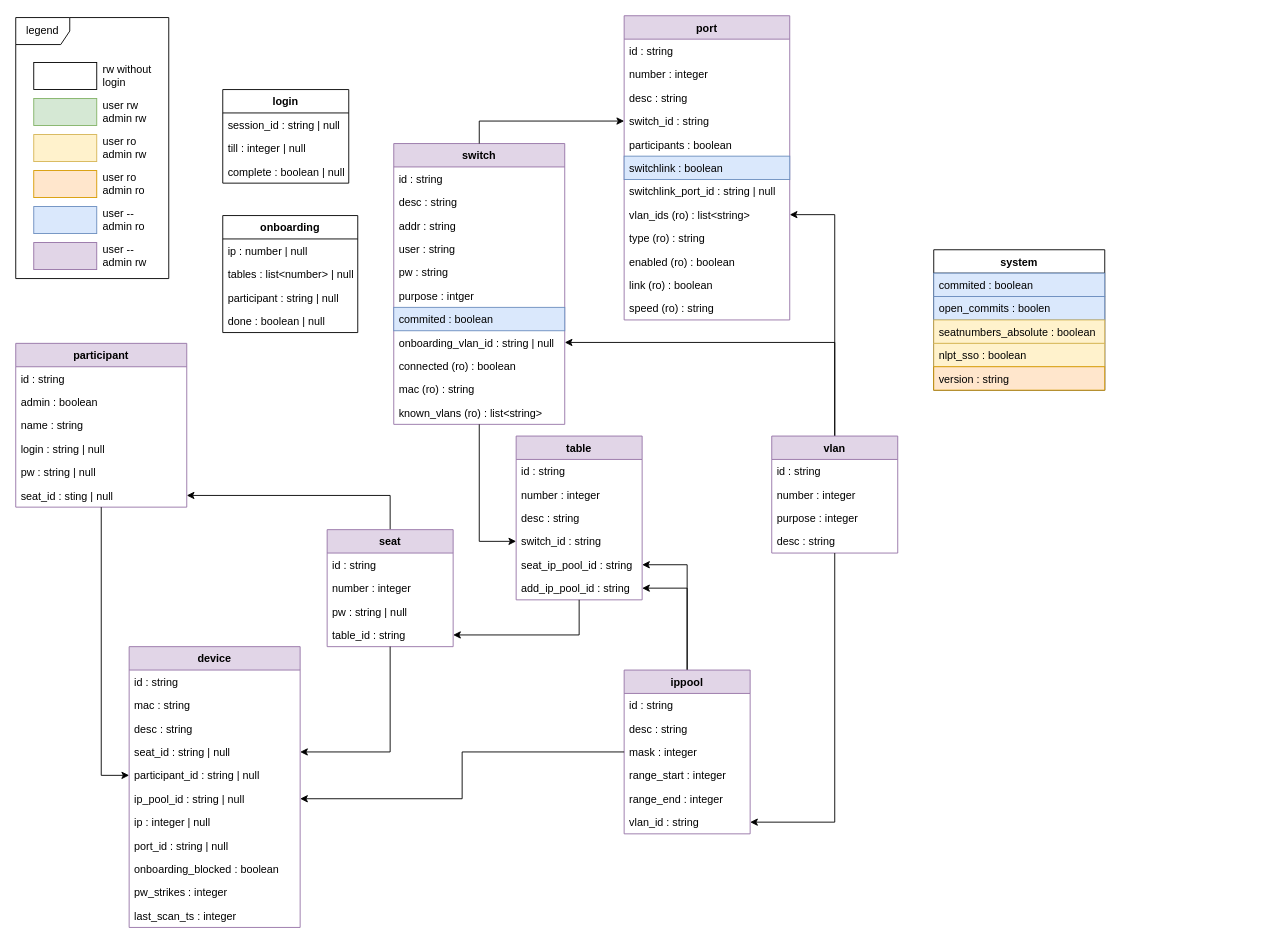
Earlier version of the draw.io diagram docs/api.drawio (nils-ost/LanPartyOnboardingSystem). Source tidied: cells renumbered, new cells numbered last; positions are measured from the earlier drawing's top-left corner, leaving out a move shared by most shapes. Both pictures are drawn from the tidied source at 90%, with x=0, y=0 at pixel (15, 15).
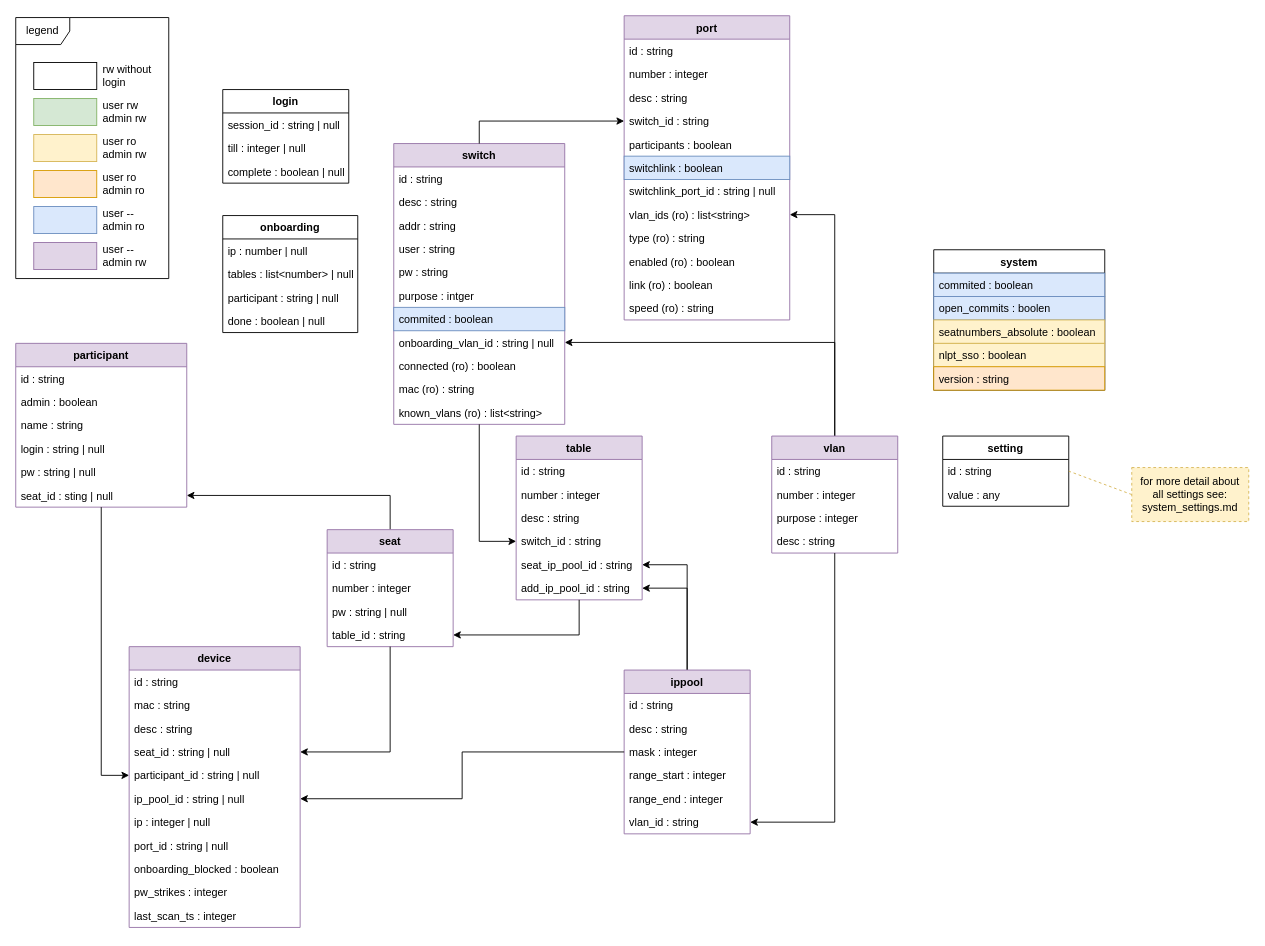
The same diagram, later.

Commit message (it also covers changes not shown here):
added backend endpoint to read and write settings

Diff of the diagram source:
```diff
@@
+    <mxCell id="105" value="setting" style="swimlane;fontStyle=1;horizontal=1;startSize=26;fillColor=none;" parent="1" vertex="1">
+      <mxGeometry x="1030" y="467" width="140" height="78" as="geometry" />
+    </mxCell>
+    <mxCell id="106" value="id : string" style="text;strokeColor=none;fillColor=none;align=left;verticalAlign=top;spacingLeft=4;spacingRight=4;overflow=hidden;points=[[0,0.5],[1,0.5]];portConstraint=eastwest;" parent="105" vertex="1">
+      <mxGeometry y="26" width="140" height="26" as="geometry" />
+    </mxCell>
+    <mxCell id="107" value="value : any" style="text;strokeColor=none;fillColor=none;align=left;verticalAlign=top;spacingLeft=4;spacingRight=4;overflow=hidden;" parent="105" vertex="1">
+      <mxGeometry y="52" width="140" height="26" as="geometry" />
+    </mxCell>
+    <mxCell id="108" style="rounded=0;jettySize=auto;html=1;exitX=0;exitY=0.5;exitDx=0;exitDy=0;entryX=1;entryY=0.5;entryDx=0;entryDy=0;dashed=1;endArrow=none;endFill=0;fillColor=#fff2cc;strokeColor=#d6b656;" parent="1" edge="1" source="109" target="106">
+      <mxGeometry relative="1" as="geometry" />
+    </mxCell>
+    <mxCell id="109" value="for more detail about&lt;div&gt;all&amp;nbsp;&lt;span style=&quot;background-color: initial;&quot;&gt;settings see:&lt;/span&gt;&lt;/div&gt;&lt;div&gt;&lt;span style=&quot;background-color: initial;&quot;&gt;system_settings.md&lt;/span&gt;&lt;/div&gt;" style="rounded=0;whiteSpace=wrap;html=1;fillColor=#fff2cc;strokeColor=#d6b656;dashed=1;" parent="1" vertex="1">
+      <mxGeometry x="1240" y="502" width="130" height="60" as="geometry" />
+    </mxCell>
```
